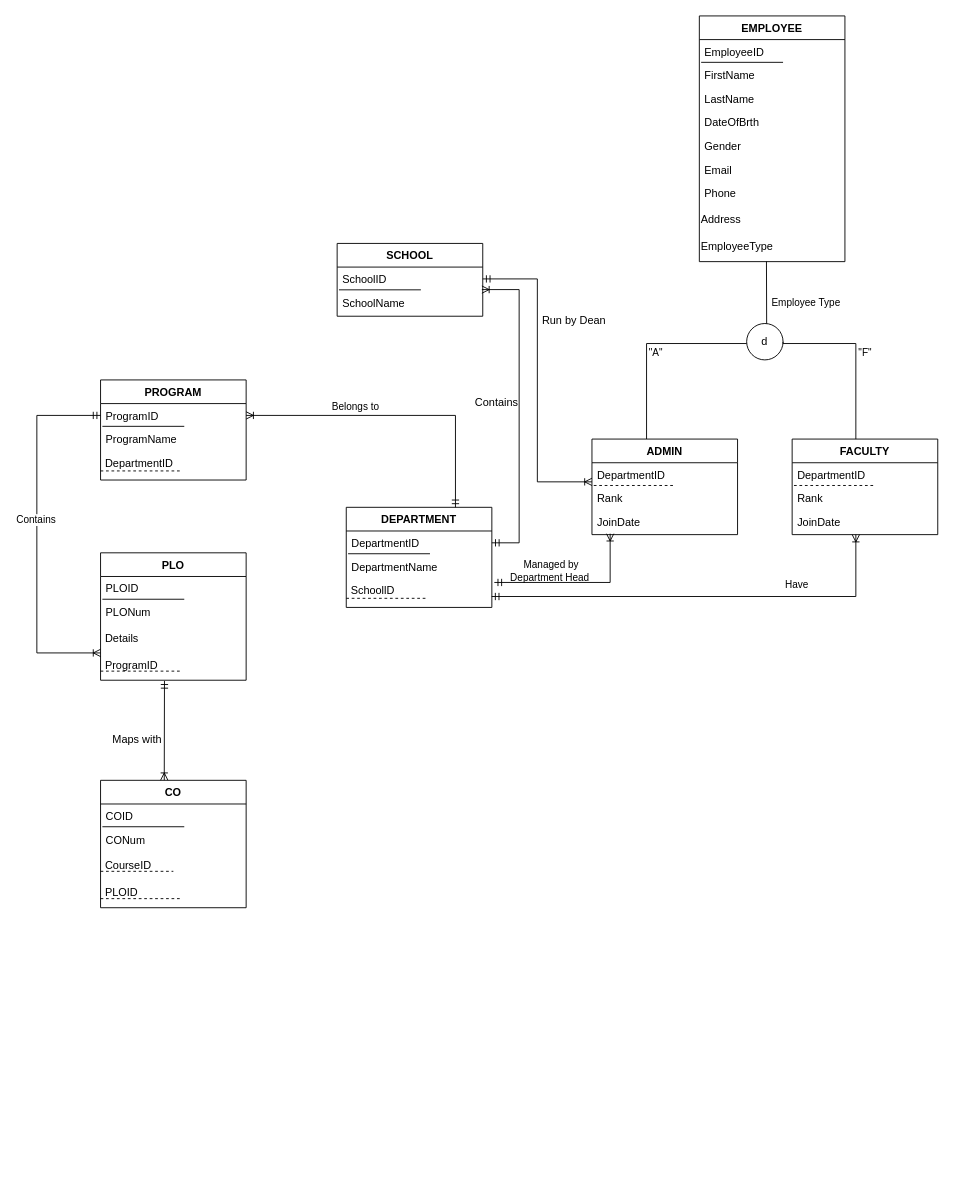
Before: Documentation/Untitled Diagram.drawio in injamam00155/CSE303-sec-04-Group-03, a draw.io diagram. Source tidied: cells renumbered, new cells numbered last; positions are measured from the earlier drawing's top-left corner, leaving out a move shared by most shapes. Both pictures are drawn from the tidied source at 91%, with x=0, y=0 at pixel (36, 15).
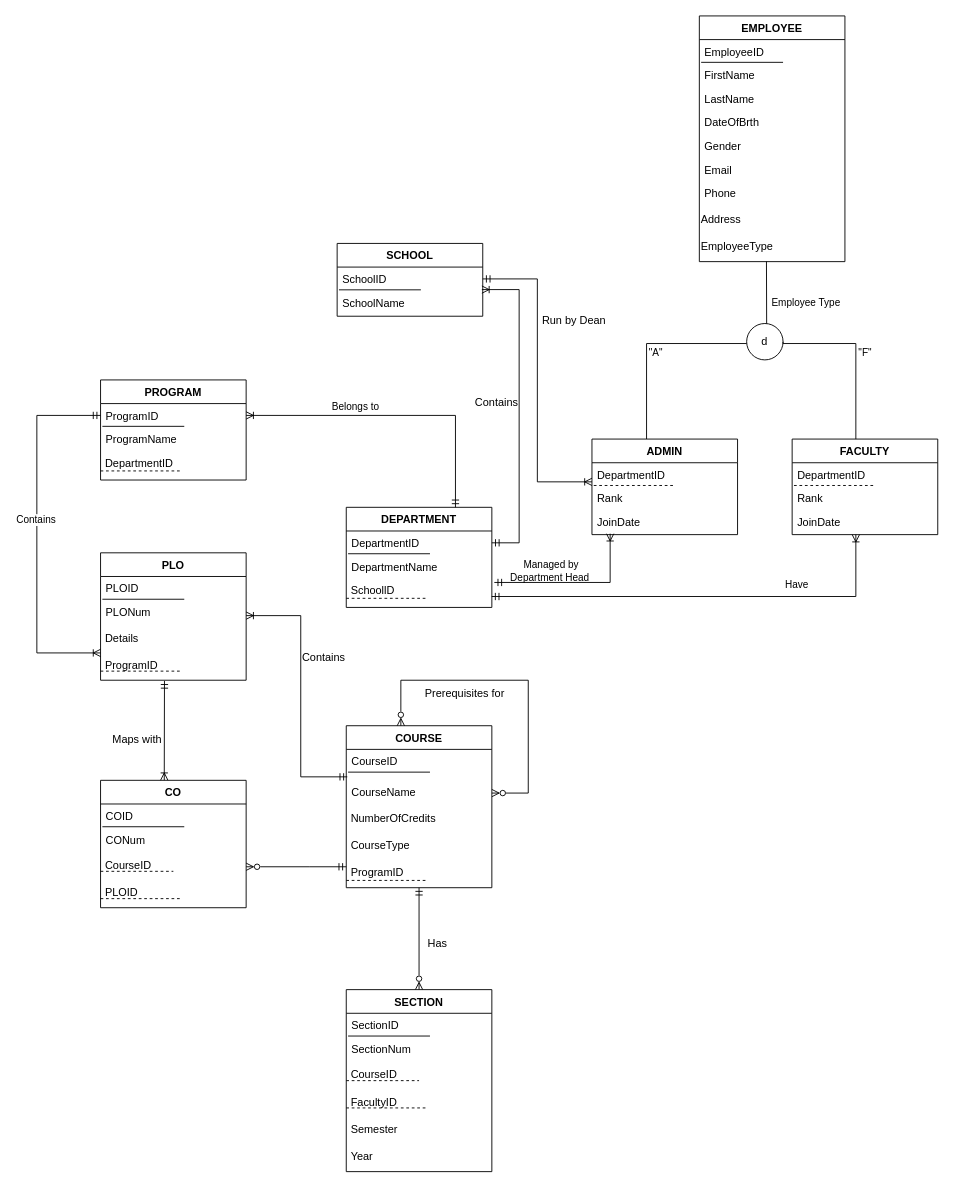
The same page after the edit.

Unchanged cells that the change refers to:
```xml
<mxCell id="69" value="&amp;nbsp;CourseID" style="text;html=1;align=left;verticalAlign=top;points=[];strokeColor=none;fillColor=none;" parent="65" vertex="1">
  <mxGeometry y="80" width="160" height="30" as="geometry" />
</mxCell>
```

Change to the diagram source:
```diff
@@
+    <mxCell id="75" value="COURSE" style="swimlane;fontStyle=1;align=center;verticalAlign=top;horizontal=1;startSize=26;rounded=0;shadow=0;strokeWidth=1;" parent="1" vertex="1">
+      <mxGeometry x="340" y="780" width="160" height="178" as="geometry" />
+    </mxCell>
+    <mxCell id="76" value="CourseID" style="text;align=left;verticalAlign=top;spacingLeft=4;spacingRight=4;overflow=hidden;points=[[0,0.5],[1,0.5]];portConstraint=eastwest;" parent="75" vertex="1">
+      <mxGeometry y="26" width="160" height="34" as="geometry" />
+    </mxCell>
+    <mxCell id="77" style="endArrow=none;html=1;rounded=0;" parent="75" edge="1">
+      <mxGeometry relative="1" as="geometry">
+        <mxPoint x="2" y="51" as="sourcePoint" />
+        <mxPoint x="92" y="51" as="targetPoint" />
+      </mxGeometry>
+    </mxCell>
+    <mxCell id="78" value="CourseName" style="text;align=left;verticalAlign=top;spacingLeft=4;spacingRight=4;overflow=hidden;points=[[0,0.5],[1,0.5]];portConstraint=eastwest;rounded=0;shadow=0;html=0;" parent="75" vertex="1">
+      <mxGeometry y="60" width="160" height="28" as="geometry" />
+    </mxCell>
+    <mxCell id="79" value="&amp;nbsp;NumberOfCredits" style="text;html=1;align=left;verticalAlign=top;strokeColor=none;fillColor=none;" parent="75" vertex="1">
+      <mxGeometry y="88" width="160" height="30" as="geometry" />
+    </mxCell>
+    <mxCell id="80" value="&amp;nbsp;CourseType" style="text;html=1;align=left;verticalAlign=top;strokeColor=none;fillColor=none;" parent="75" vertex="1">
+      <mxGeometry y="118" width="160" height="30" as="geometry" />
+    </mxCell>
+    <mxCell id="81" value="&amp;nbsp;ProgramID" style="text;html=1;align=left;verticalAlign=top;points=[];strokeColor=none;fillColor=none;" parent="75" vertex="1">
+      <mxGeometry y="148" width="160" height="30" as="geometry" />
+    </mxCell>
+    <mxCell id="82" style="endArrow=none;dashed=1;html=1;rounded=0;" parent="75" edge="1">
+      <mxGeometry relative="1" as="geometry">
+        <mxPoint y="170" as="sourcePoint" />
+        <mxPoint x="90" y="170" as="targetPoint" />
+        <Array as="points">
+          <mxPoint x="50" y="170" />
+        </Array>
+      </mxGeometry>
+    </mxCell>
+    <mxCell id="83" style="endArrow=ERzeroToMany;html=1;rounded=0;edgeStyle=orthogonalEdgeStyle;exitX=1;exitY=0.5;exitDx=0;exitDy=0;startArrow=ERzeroToMany;startFill=0;endFill=0;" parent="75" edge="1" source="78">
+      <mxGeometry relative="1" as="geometry">
+        <mxPoint x="60" as="targetPoint" />
+        <Array as="points">
+          <mxPoint x="200" y="74" />
+          <mxPoint x="200" y="-50" />
+          <mxPoint x="60" y="-50" />
+        </Array>
+      </mxGeometry>
+    </mxCell>
+    <mxCell id="84" value="Prerequisites for" style="text;html=1;align=center;verticalAlign=middle;strokeColor=none;fillColor=none;" parent="1" vertex="1">
+      <mxGeometry x="415" y="730" width="110" height="30" as="geometry" />
+    </mxCell>
+    <mxCell id="85" style="endArrow=ERoneToMany;html=1;rounded=0;edgeStyle=elbowEdgeStyle;startArrow=ERmandOne;startFill=0;endFill=0;exitX=0.007;exitY=0.888;exitDx=0;exitDy=0;exitPerimeter=0;" parent="1" edge="1" source="76">
+      <mxGeometry relative="1" as="geometry">
+        <mxPoint x="230" y="659" as="targetPoint" />
+        <Array as="points">
+          <mxPoint x="290" y="830" />
+          <mxPoint x="290" y="780" />
+          <mxPoint x="480" y="692" />
+          <mxPoint x="480" y="712" />
+          <mxPoint x="490" y="831.3" />
+        </Array>
+      </mxGeometry>
+    </mxCell>
+    <mxCell id="86" value="Contains" style="text;html=1;align=center;verticalAlign=middle;strokeColor=none;fillColor=none;" parent="1" vertex="1">
+      <mxGeometry x="280" y="690" width="70" height="30" as="geometry" />
+    </mxCell>
+    <mxCell id="87" style="edgeStyle=orthogonalEdgeStyle;rounded=0;jettySize=auto;html=1;startArrow=ERzeroToMany;startFill=0;endArrow=ERmandOne;endFill=0;" parent="1" edge="1" source="69" target="81">
+      <mxGeometry relative="1" as="geometry">
+        <Array as="points">
+          <mxPoint x="300" y="935" />
+          <mxPoint x="300" y="935" />
+        </Array>
+      </mxGeometry>
+    </mxCell>
+    <mxCell id="88" style="edgeStyle=orthogonalEdgeStyle;rounded=0;jettySize=auto;html=1;startArrow=ERzeroToMany;startFill=0;endArrow=ERmandOne;endFill=0;" parent="1" edge="1" source="89" target="81">
+      <mxGeometry relative="1" as="geometry" />
+    </mxCell>
+    <mxCell id="89" value="SECTION" style="swimlane;fontStyle=1;align=center;verticalAlign=top;horizontal=1;startSize=26;rounded=0;shadow=0;strokeWidth=1;" parent="1" vertex="1">
+      <mxGeometry x="340" y="1070" width="160" height="200" as="geometry" />
+    </mxCell>
+    <mxCell id="90" value="SectionID" style="text;align=left;verticalAlign=top;spacingLeft=4;spacingRight=4;overflow=hidden;" parent="89" vertex="1">
+      <mxGeometry y="26" width="160" height="26" as="geometry" />
+    </mxCell>
+    <mxCell id="91" style="endArrow=none;html=1;rounded=0;" parent="89" edge="1">
+      <mxGeometry relative="1" as="geometry">
+        <mxPoint x="2" y="51" as="sourcePoint" />
+        <mxPoint x="92" y="51" as="targetPoint" />
+      </mxGeometry>
+    </mxCell>
+    <mxCell id="92" value="SectionNum" style="text;align=left;verticalAlign=top;spacingLeft=4;spacingRight=4;overflow=hidden;rounded=0;shadow=0;html=0;" parent="89" vertex="1">
+      <mxGeometry y="52" width="160" height="28" as="geometry" />
+    </mxCell>
+    <mxCell id="93" value="&amp;nbsp;CourseID" style="text;html=1;align=left;verticalAlign=top;strokeColor=none;fillColor=none;" parent="89" vertex="1">
+      <mxGeometry y="80" width="160" height="30" as="geometry" />
+    </mxCell>
+    <mxCell id="94" style="endArrow=none;dashed=1;html=1;rounded=0;fontSize=12;" parent="89" edge="1">
+      <mxGeometry relative="1" as="geometry">
+        <mxPoint y="100" as="sourcePoint" />
+        <mxPoint x="80" y="100" as="targetPoint" />
+      </mxGeometry>
+    </mxCell>
+    <mxCell id="95" value="&amp;nbsp;FacultyID" style="text;html=1;align=left;verticalAlign=top;strokeColor=none;fillColor=none;" parent="89" vertex="1">
+      <mxGeometry y="110" width="160" height="30" as="geometry" />
+    </mxCell>
+    <mxCell id="96" value="&amp;nbsp;Semester" style="text;html=1;align=left;verticalAlign=top;strokeColor=none;fillColor=none;" parent="89" vertex="1">
+      <mxGeometry y="140" width="160" height="30" as="geometry" />
+    </mxCell>
+    <mxCell id="97" value="&amp;nbsp;Year" style="text;html=1;align=left;verticalAlign=top;strokeColor=none;fillColor=none;" parent="89" vertex="1">
+      <mxGeometry y="170" width="160" height="30" as="geometry" />
+    </mxCell>
+    <mxCell id="98" style="endArrow=none;dashed=1;html=1;rounded=0;" parent="89" edge="1">
+      <mxGeometry relative="1" as="geometry">
+        <mxPoint y="130" as="sourcePoint" />
+        <mxPoint x="90" y="130" as="targetPoint" />
+        <Array as="points">
+          <mxPoint x="50" y="130" />
+        </Array>
+      </mxGeometry>
+    </mxCell>
+    <mxCell id="99" value="Has" style="text;html=1;align=center;verticalAlign=middle;strokeColor=none;fillColor=none;" parent="1" vertex="1">
+      <mxGeometry x="420" y="1005" width="40" height="30" as="geometry" />
+    </mxCell>
```
